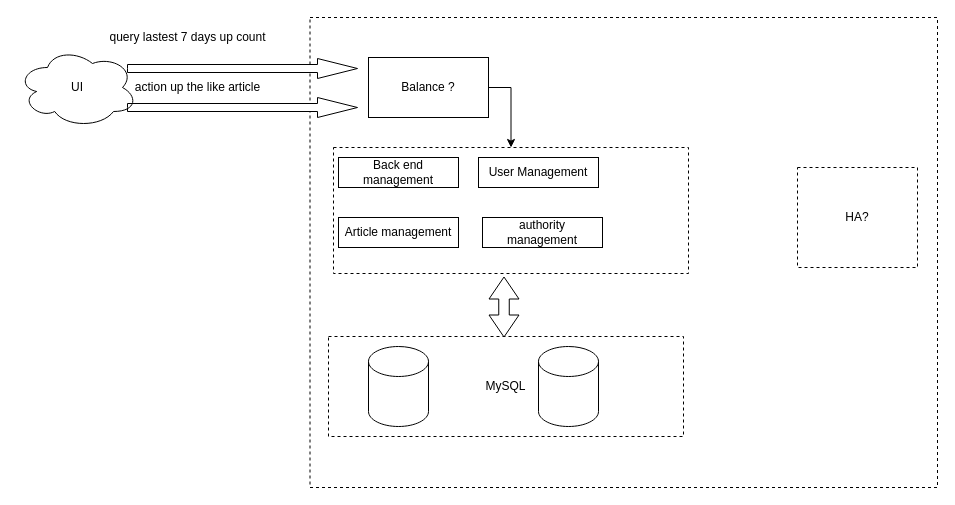
Earlier version of the draw.io diagram goodnotes.drawio (wangpengming/drawio). Source tidied: cells renumbered, new cells numbered last; positions are measured from the earlier drawing's top-left corner, leaving out a move shared by most shapes. Both pictures are drawn from the tidied source at 100%, with x=0, y=0 at pixel (17, 17).
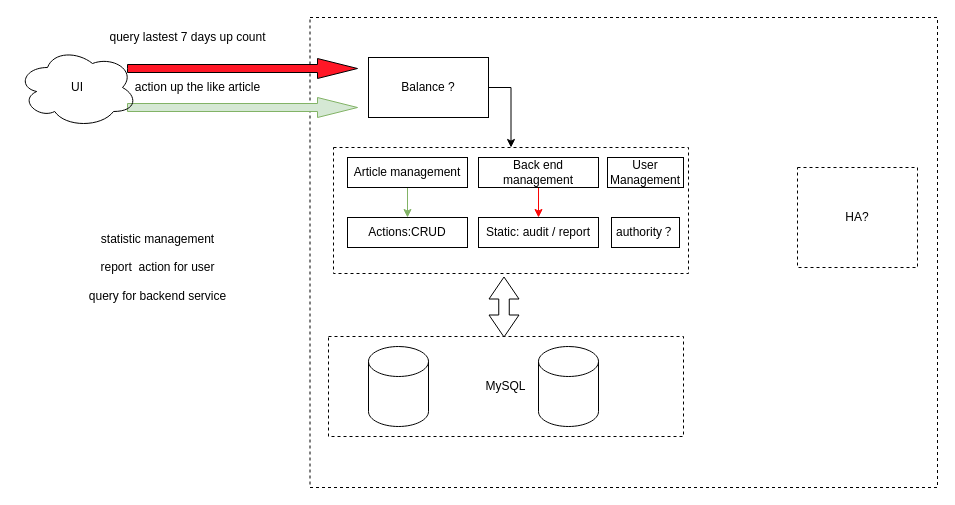
After the change.

Change to the diagram source:
```diff
@@
-    <mxCell id="5" style="html=1;shadow=0;dashed=0;align=center;verticalAlign=middle;shape=mxgraph.arrows2.arrow;dy=0.6;dx=40;notch=0;" parent="1" vertex="1">
+    <mxCell id="5" style="html=1;shadow=0;dashed=0;align=center;verticalAlign=middle;shape=mxgraph.arrows2.arrow;dy=0.6;dx=40;notch=0;fillColor=#FF1726;" parent="1" vertex="1">
       <mxGeometry x="110" y="41" width="230" height="20" as="geometry" />
     </mxCell>
@@
+    <mxCell id="20" style="edgeStyle=orthogonalEdgeStyle;rounded=0;jettySize=auto;html=1;entryX=0.5;entryY=0;entryDx=0;entryDy=0;fillColor=#FF1726;strokeColor=#fb0404;" parent="1" edge="1" source="8" target="24">
+      <mxGeometry relative="1" as="geometry" />
+    </mxCell>
     <mxCell id="8" value="Back end management" style="rounded=0;whiteSpace=wrap;html=1;strokeWidth=1;fillColor=none;" parent="1" vertex="1">
-      <mxGeometry x="321" y="140" width="120" height="30" as="geometry" />
+      <mxGeometry x="461" y="140" width="120" height="30" as="geometry" />
     </mxCell>
     <mxCell id="9" value="User Management" style="rounded=0;whiteSpace=wrap;html=1;strokeWidth=1;fillColor=none;" parent="1" vertex="1">
-      <mxGeometry x="461" y="140" width="120" height="30" as="geometry" />
+      <mxGeometry x="590" y="140" width="76" height="30" as="geometry" />
     </mxCell>
-    <mxCell id="10" style="html=1;shadow=0;dashed=0;align=center;verticalAlign=middle;shape=mxgraph.arrows2.arrow;dy=0.6;dx=40;notch=0;" parent="1" vertex="1">
+    <mxCell id="10" style="html=1;shadow=0;dashed=0;align=center;verticalAlign=middle;shape=mxgraph.arrows2.arrow;dy=0.6;dx=40;notch=0;fillColor=#d5e8d4;strokeColor=#82b366;" parent="1" vertex="1">
       <mxGeometry x="110" y="80" width="230" height="20" as="geometry" />
     </mxCell>
@@
+    <mxCell id="21" style="edgeStyle=orthogonalEdgeStyle;rounded=0;jettySize=auto;html=1;exitX=0.5;exitY=1;exitDx=0;exitDy=0;entryX=0.5;entryY=0;entryDx=0;entryDy=0;strokeColor=#82b366;fillColor=#d5e8d4;" parent="1" edge="1" source="18" target="23">
+      <mxGeometry relative="1" as="geometry" />
+    </mxCell>
     <mxCell id="18" value="Article management" style="rounded=0;whiteSpace=wrap;html=1;strokeWidth=1;fillColor=none;" parent="1" vertex="1">
-      <mxGeometry x="321" y="200" width="120" height="30" as="geometry" />
+      <mxGeometry x="330" y="140" width="120" height="30" as="geometry" />
     </mxCell>
-    <mxCell id="19" value="authority management" style="rounded=0;whiteSpace=wrap;html=1;strokeWidth=1;fillColor=none;" parent="1" vertex="1">
-      <mxGeometry x="465" y="200" width="120" height="30" as="geometry" />
+    <mxCell id="19" value="authority？" style="rounded=0;whiteSpace=wrap;html=1;strokeWidth=1;fillColor=none;" parent="1" vertex="1">
+      <mxGeometry x="594" y="200" width="68" height="30" as="geometry" />
     </mxCell>
+    <mxCell id="22" value="statistic management&lt;br&gt;&lt;br&gt;report&amp;nbsp; action for user&lt;br&gt;&lt;br&gt;query for backend service" style="text;html=1;align=center;verticalAlign=middle;strokeColor=none;fillColor=none;" parent="1" vertex="1">
+      <mxGeometry x="60" y="205" width="160" height="90" as="geometry" />
+    </mxCell>
+    <mxCell id="23" value="Actions:CRUD" style="rounded=0;whiteSpace=wrap;html=1;strokeWidth=1;fillColor=none;" parent="1" vertex="1">
+      <mxGeometry x="330" y="200" width="120" height="30" as="geometry" />
+    </mxCell>
+    <mxCell id="24" value="Static: audit / report" style="rounded=0;whiteSpace=wrap;html=1;strokeWidth=1;fillColor=none;" parent="1" vertex="1">
+      <mxGeometry x="461" y="200" width="120" height="30" as="geometry" />
+    </mxCell>
```
